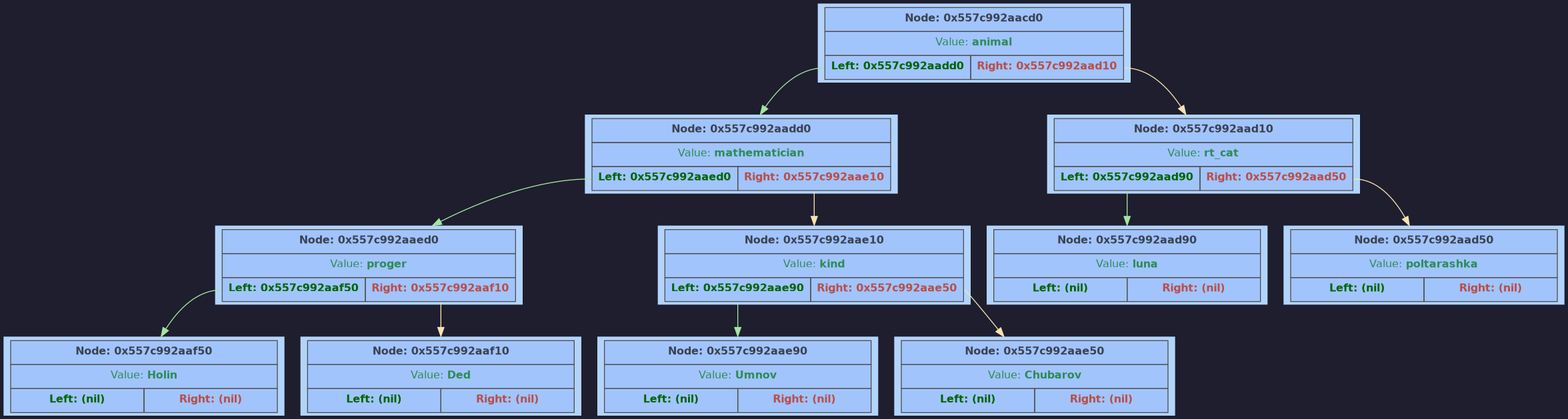
The Graphviz diagram GraphDump/dump.png in F1merhub/Akinator, before a commit. Its source is kept beside it as GraphDump/dump.dot. Source of this version:
```dot
digraph G {
	rankdir = TB;
	bgcolor="#1e1e2e";
	node [shape=rectangle, style=filled, fontname=Helvetica, fontsize=12, fillcolor="#89b4fa", color="#cba6f7", fontcolor="#1e1e2e"];
	node0x557c992aacd0 [shape=plaintext; style=filled; color="#fcf0d2"; fillcolor="#b2d4fc"; label = <
		         <table BORDER="0" CELLBORDER="1" CELLSPACING="0" CELLPADDING="6" BGCOLOR="#a1c4fd" COLOR="#4f4f4f">
			           <tr><td align='center' colspan='2'><FONT COLOR='#3b4252'><b>Node: 0x557c992aacd0</b></FONT></td></tr>
			           <tr><td align='center' colspan='2'><FONT COLOR='#2e8b57'>Value: <b>animal</b></FONT></td></tr>
			           <tr>
			               <td WIDTH='150' PORT='left'  align='center'><FONT COLOR='#006400'><b>Left: 0x557c992aadd0</b></FONT></td>
			               <td WIDTH='150' PORT='right' align='center'><FONT COLOR='#b94e48'><b>Right: 0x557c992aad10</b></FONT></td>
			           </tr>
		         </table> >];
	node0x557c992aadd0 [shape=plaintext; style=filled; color="#fcf0d2"; fillcolor="#b2d4fc"; label = <
		         <table BORDER="0" CELLBORDER="1" CELLSPACING="0" CELLPADDING="6" BGCOLOR="#a1c4fd" COLOR="#4f4f4f">
			           <tr><td align='center' colspan='2'><FONT COLOR='#3b4252'><b>Node: 0x557c992aadd0</b></FONT></td></tr>
			           <tr><td align='center' colspan='2'><FONT COLOR='#2e8b57'>Value: <b>mathematician</b></FONT></td></tr>
			           <tr>
			               <td WIDTH='150' PORT='left'  align='center'><FONT COLOR='#006400'><b>Left: 0x557c992aaed0</b></FONT></td>
			               <td WIDTH='150' PORT='right' align='center'><FONT COLOR='#b94e48'><b>Right: 0x557c992aae10</b></FONT></td>
			           </tr>
		         </table> >];
	node0x557c992aaed0 [shape=plaintext; style=filled; color="#fcf0d2"; fillcolor="#b2d4fc"; label = <
		         <table BORDER="0" CELLBORDER="1" CELLSPACING="0" CELLPADDING="6" BGCOLOR="#a1c4fd" COLOR="#4f4f4f">
			           <tr><td align='center' colspan='2'><FONT COLOR='#3b4252'><b>Node: 0x557c992aaed0</b></FONT></td></tr>
			           <tr><td align='center' colspan='2'><FONT COLOR='#2e8b57'>Value: <b>proger</b></FONT></td></tr>
			           <tr>
			               <td WIDTH='150' PORT='left'  align='center'><FONT COLOR='#006400'><b>Left: 0x557c992aaf50</b></FONT></td>
			               <td WIDTH='150' PORT='right' align='center'><FONT COLOR='#b94e48'><b>Right: 0x557c992aaf10</b></FONT></td>
			           </tr>
		         </table> >];
	node0x557c992aaf50 [shape=plaintext; style=filled; color="#fcf0d2"; fillcolor="#b2d4fc"; label = <
		         <table BORDER="0" CELLBORDER="1" CELLSPACING="0" CELLPADDING="6" BGCOLOR="#a1c4fd" COLOR="#4f4f4f">
			           <tr><td align='center' colspan='2'><FONT COLOR='#3b4252'><b>Node: 0x557c992aaf50</b></FONT></td></tr>
			           <tr><td align='center' colspan='2'><FONT COLOR='#2e8b57'>Value: <b>Holin</b></FONT></td></tr>
			           <tr>
			               <td WIDTH='150' PORT='left'  align='center'><FONT COLOR='#006400'><b>Left: (nil)</b></FONT></td>
			               <td WIDTH='150' PORT='right' align='center'><FONT COLOR='#b94e48'><b>Right: (nil)</b></FONT></td>
			           </tr>
		         </table> >];
	node0x557c992aaed0:left -> node0x557c992aaf50 [color="#a6e3a1"]
	node0x557c992aaf10 [shape=plaintext; style=filled; color="#fcf0d2"; fillcolor="#b2d4fc"; label = <
		         <table BORDER="0" CELLBORDER="1" CELLSPACING="0" CELLPADDING="6" BGCOLOR="#a1c4fd" COLOR="#4f4f4f">
			           <tr><td align='center' colspan='2'><FONT COLOR='#3b4252'><b>Node: 0x557c992aaf10</b></FONT></td></tr>
			           <tr><td align='center' colspan='2'><FONT COLOR='#2e8b57'>Value: <b>Ded</b></FONT></td></tr>
			           <tr>
			               <td WIDTH='150' PORT='left'  align='center'><FONT COLOR='#006400'><b>Left: (nil)</b></FONT></td>
			               <td WIDTH='150' PORT='right' align='center'><FONT COLOR='#b94e48'><b>Right: (nil)</b></FONT></td>
			           </tr>
		         </table> >];
	node0x557c992aaed0:right -> node0x557c992aaf10 [color="#f9e2af"]
	node0x557c992aadd0:left -> node0x557c992aaed0 [color="#a6e3a1"]
	node0x557c992aae10 [shape=plaintext; style=filled; color="#fcf0d2"; fillcolor="#b2d4fc"; label = <
		         <table BORDER="0" CELLBORDER="1" CELLSPACING="0" CELLPADDING="6" BGCOLOR="#a1c4fd" COLOR="#4f4f4f">
			           <tr><td align='center' colspan='2'><FONT COLOR='#3b4252'><b>Node: 0x557c992aae10</b></FONT></td></tr>
			           <tr><td align='center' colspan='2'><FONT COLOR='#2e8b57'>Value: <b>kind</b></FONT></td></tr>
			           <tr>
			               <td WIDTH='150' PORT='left'  align='center'><FONT COLOR='#006400'><b>Left: 0x557c992aae90</b></FONT></td>
			               <td WIDTH='150' PORT='right' align='center'><FONT COLOR='#b94e48'><b>Right: 0x557c992aae50</b></FONT></td>
			           </tr>
		         </table> >];
	node0x557c992aae90 [shape=plaintext; style=filled; color="#fcf0d2"; fillcolor="#b2d4fc"; label = <
		         <table BORDER="0" CELLBORDER="1" CELLSPACING="0" CELLPADDING="6" BGCOLOR="#a1c4fd" COLOR="#4f4f4f">
			           <tr><td align='center' colspan='2'><FONT COLOR='#3b4252'><b>Node: 0x557c992aae90</b></FONT></td></tr>
			           <tr><td align='center' colspan='2'><FONT COLOR='#2e8b57'>Value: <b>Umnov</b></FONT></td></tr>
			           <tr>
			               <td WIDTH='150' PORT='left'  align='center'><FONT COLOR='#006400'><b>Left: (nil)</b></FONT></td>
			               <td WIDTH='150' PORT='right' align='center'><FONT COLOR='#b94e48'><b>Right: (nil)</b></FONT></td>
			           </tr>
		         </table> >];
	node0x557c992aae10:left -> node0x557c992aae90 [color="#a6e3a1"]
	node0x557c992aae50 [shape=plaintext; style=filled; color="#fcf0d2"; fillcolor="#b2d4fc"; label = <
		         <table BORDER="0" CELLBORDER="1" CELLSPACING="0" CELLPADDING="6" BGCOLOR="#a1c4fd" COLOR="#4f4f4f">
			           <tr><td align='center' colspan='2'><FONT COLOR='#3b4252'><b>Node: 0x557c992aae50</b></FONT></td></tr>
			           <tr><td align='center' colspan='2'><FONT COLOR='#2e8b57'>Value: <b>Chubarov</b></FONT></td></tr>
			           <tr>
			               <td WIDTH='150' PORT='left'  align='center'><FONT COLOR='#006400'><b>Left: (nil)</b></FONT></td>
			               <td WIDTH='150' PORT='right' align='center'><FONT COLOR='#b94e48'><b>Right: (nil)</b></FONT></td>
			           </tr>
		         </table> >];
	node0x557c992aae10:right -> node0x557c992aae50 [color="#f9e2af"]
	node0x557c992aadd0:right -> node0x557c992aae10 [color="#f9e2af"]
	node0x557c992aacd0:left -> node0x557c992aadd0 [color="#a6e3a1"]
	node0x557c992aad10 [shape=plaintext; style=filled; color="#fcf0d2"; fillcolor="#b2d4fc"; label = <
		         <table BORDER="0" CELLBORDER="1" CELLSPACING="0" CELLPADDING="6" BGCOLOR="#a1c4fd" COLOR="#4f4f4f">
			           <tr><td align='center' colspan='2'><FONT COLOR='#3b4252'><b>Node: 0x557c992aad10</b></FONT></td></tr>
			           <tr><td align='center' colspan='2'><FONT COLOR='#2e8b57'>Value: <b>rt_cat</b></FONT></td></tr>
			           <tr>
			               <td WIDTH='150' PORT='left'  align='center'><FONT COLOR='#006400'><b>Left: 0x557c992aad90</b></FONT></td>
			               <td WIDTH='150' PORT='right' align='center'><FONT COLOR='#b94e48'><b>Right: 0x557c992aad50</b></FONT></td>
			           </tr>
		         </table> >];
	node0x557c992aad90 [shape=plaintext; style=filled; color="#fcf0d2"; fillcolor="#b2d4fc"; label = <
		         <table BORDER="0" CELLBORDER="1" CELLSPACING="0" CELLPADDING="6" BGCOLOR="#a1c4fd" COLOR="#4f4f4f">
			           <tr><td align='center' colspan='2'><FONT COLOR='#3b4252'><b>Node: 0x557c992aad90</b></FONT></td></tr>
			           <tr><td align='center' colspan='2'><FONT COLOR='#2e8b57'>Value: <b>luna</b></FONT></td></tr>
			           <tr>
			               <td WIDTH='150' PORT='left'  align='center'><FONT COLOR='#006400'><b>Left: (nil)</b></FONT></td>
			               <td WIDTH='150' PORT='right' align='center'><FONT COLOR='#b94e48'><b>Right: (nil)</b></FONT></td>
			           </tr>
		         </table> >];
	node0x557c992aad10:left -> node0x557c992aad90 [color="#a6e3a1"]
	node0x557c992aad50 [shape=plaintext; style=filled; color="#fcf0d2"; fillcolor="#b2d4fc"; label = <
		         <table BORDER="0" CELLBORDER="1" CELLSPACING="0" CELLPADDING="6" BGCOLOR="#a1c4fd" COLOR="#4f4f4f">
			           <tr><td align='center' colspan='2'><FONT COLOR='#3b4252'><b>Node: 0x557c992aad50</b></FONT></td></tr>
			           <tr><td align='center' colspan='2'><FONT COLOR='#2e8b57'>Value: <b>poltarashka</b></FONT></td></tr>
			           <tr>
			               <td WIDTH='150' PORT='left'  align='center'><FONT COLOR='#006400'><b>Left: (nil)</b></FONT></td>
			               <td WIDTH='150' PORT='right' align='center'><FONT COLOR='#b94e48'><b>Right: (nil)</b></FONT></td>
			           </tr>
		         </table> >];
	node0x557c992aad10:right -> node0x557c992aad50 [color="#f9e2af"]
	node0x557c992aacd0:right -> node0x557c992aad10 [color="#f9e2af"]
}
```
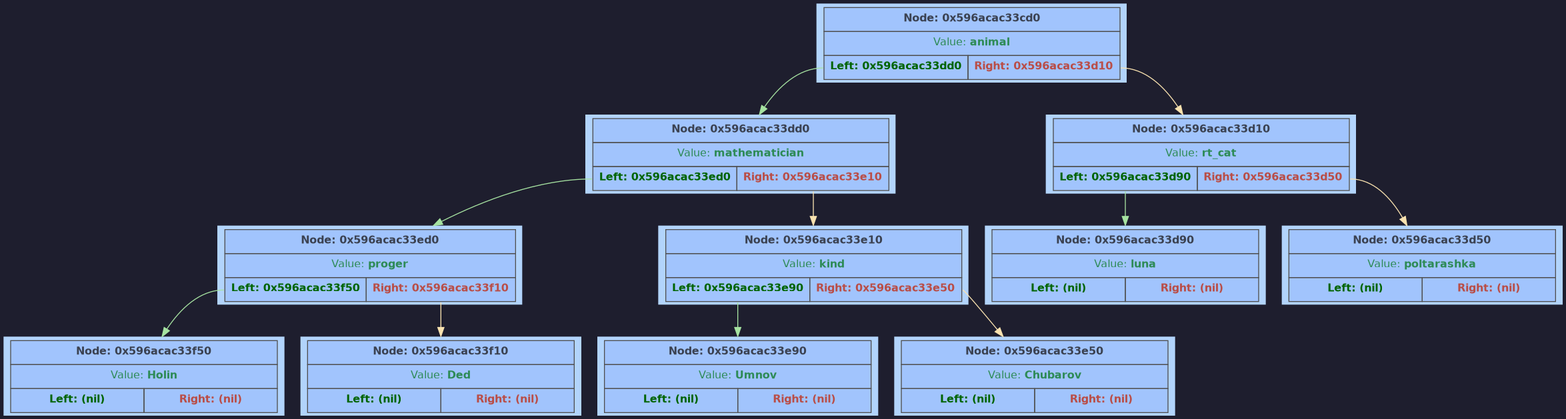
After the commit.

Change to the diagram source:
```diff
@@ -2,113 +2,113 @@
 	rankdir = TB;
 	bgcolor="#1e1e2e";
 	node [shape=rectangle, style=filled, fontname=Helvetica, fontsize=12, fillcolor="#89b4fa", color="#cba6f7", fontcolor="#1e1e2e"];
-	node0x557c992aacd0 [shape=plaintext; style=filled; color="#fcf0d2"; fillcolor="#b2d4fc"; label = <
+	node0x596acac33cd0 [shape=plaintext; style=filled; color="#fcf0d2"; fillcolor="#b2d4fc"; label = <
 		         <table BORDER="0" CELLBORDER="1" CELLSPACING="0" CELLPADDING="6" BGCOLOR="#a1c4fd" COLOR="#4f4f4f">
-			           <tr><td align='center' colspan='2'><FONT COLOR='#3b4252'><b>Node: 0x557c992aacd0</b></FONT></td></tr>
+			           <tr><td align='center' colspan='2'><FONT COLOR='#3b4252'><b>Node: 0x596acac33cd0</b></FONT></td></tr>
 			           <tr><td align='center' colspan='2'><FONT COLOR='#2e8b57'>Value: <b>animal</b></FONT></td></tr>
 			           <tr>
-			               <td WIDTH='150' PORT='left'  align='center'><FONT COLOR='#006400'><b>Left: 0x557c992aadd0</b></FONT></td>
-			               <td WIDTH='150' PORT='right' align='center'><FONT COLOR='#b94e48'><b>Right: 0x557c992aad10</b></FONT></td>
+			               <td WIDTH='150' PORT='left'  align='center'><FONT COLOR='#006400'><b>Left: 0x596acac33dd0</b></FONT></td>
+			               <td WIDTH='150' PORT='right' align='center'><FONT COLOR='#b94e48'><b>Right: 0x596acac33d10</b></FONT></td>
 			           </tr>
 		         </table> >];
-	node0x557c992aadd0 [shape=plaintext; style=filled; color="#fcf0d2"; fillcolor="#b2d4fc"; label = <
+	node0x596acac33dd0 [shape=plaintext; style=filled; color="#fcf0d2"; fillcolor="#b2d4fc"; label = <
 		         <table BORDER="0" CELLBORDER="1" CELLSPACING="0" CELLPADDING="6" BGCOLOR="#a1c4fd" COLOR="#4f4f4f">
-			           <tr><td align='center' colspan='2'><FONT COLOR='#3b4252'><b>Node: 0x557c992aadd0</b></FONT></td></tr>
+			           <tr><td align='center' colspan='2'><FONT COLOR='#3b4252'><b>Node: 0x596acac33dd0</b></FONT></td></tr>
 			           <tr><td align='center' colspan='2'><FONT COLOR='#2e8b57'>Value: <b>mathematician</b></FONT></td></tr>
 			           <tr>
-			               <td WIDTH='150' PORT='left'  align='center'><FONT COLOR='#006400'><b>Left: 0x557c992aaed0</b></FONT></td>
-			               <td WIDTH='150' PORT='right' align='center'><FONT COLOR='#b94e48'><b>Right: 0x557c992aae10</b></FONT></td>
+			               <td WIDTH='150' PORT='left'  align='center'><FONT COLOR='#006400'><b>Left: 0x596acac33ed0</b></FONT></td>
+			               <td WIDTH='150' PORT='right' align='center'><FONT COLOR='#b94e48'><b>Right: 0x596acac33e10</b></FONT></td>
 			           </tr>
 		         </table> >];
-	node0x557c992aaed0 [shape=plaintext; style=filled; color="#fcf0d2"; fillcolor="#b2d4fc"; label = <
+	node0x596acac33ed0 [shape=plaintext; style=filled; color="#fcf0d2"; fillcolor="#b2d4fc"; label = <
 		         <table BORDER="0" CELLBORDER="1" CELLSPACING="0" CELLPADDING="6" BGCOLOR="#a1c4fd" COLOR="#4f4f4f">
-			           <tr><td align='center' colspan='2'><FONT COLOR='#3b4252'><b>Node: 0x557c992aaed0</b></FONT></td></tr>
+			           <tr><td align='center' colspan='2'><FONT COLOR='#3b4252'><b>Node: 0x596acac33ed0</b></FONT></td></tr>
 			           <tr><td align='center' colspan='2'><FONT COLOR='#2e8b57'>Value: <b>proger</b></FONT></td></tr>
 			           <tr>
-			               <td WIDTH='150' PORT='left'  align='center'><FONT COLOR='#006400'><b>Left: 0x557c992aaf50</b></FONT></td>
-			               <td WIDTH='150' PORT='right' align='center'><FONT COLOR='#b94e48'><b>Right: 0x557c992aaf10</b></FONT></td>
+			               <td WIDTH='150' PORT='left'  align='center'><FONT COLOR='#006400'><b>Left: 0x596acac33f50</b></FONT></td>
+			               <td WIDTH='150' PORT='right' align='center'><FONT COLOR='#b94e48'><b>Right: 0x596acac33f10</b></FONT></td>
 			           </tr>
 		         </table> >];
-	node0x557c992aaf50 [shape=plaintext; style=filled; color="#fcf0d2"; fillcolor="#b2d4fc"; label = <
+	node0x596acac33f50 [shape=plaintext; style=filled; color="#fcf0d2"; fillcolor="#b2d4fc"; label = <
 		         <table BORDER="0" CELLBORDER="1" CELLSPACING="0" CELLPADDING="6" BGCOLOR="#a1c4fd" COLOR="#4f4f4f">
-			           <tr><td align='center' colspan='2'><FONT COLOR='#3b4252'><b>Node: 0x557c992aaf50</b></FONT></td></tr>
+			           <tr><td align='center' colspan='2'><FONT COLOR='#3b4252'><b>Node: 0x596acac33f50</b></FONT></td></tr>
 			           <tr><td align='center' colspan='2'><FONT COLOR='#2e8b57'>Value: <b>Holin</b></FONT></td></tr>
 			           <tr>
 			               <td WIDTH='150' PORT='left'  align='center'><FONT COLOR='#006400'><b>Left: (nil)</b></FONT></td>
 			               <td WIDTH='150' PORT='right' align='center'><FONT COLOR='#b94e48'><b>Right: (nil)</b></FONT></td>
 			           </tr>
 		         </table> >];
-	node0x557c992aaed0:left -> node0x557c992aaf50 [color="#a6e3a1"]
-	node0x557c992aaf10 [shape=plaintext; style=filled; color="#fcf0d2"; fillcolor="#b2d4fc"; label = <
+	node0x596acac33ed0:left -> node0x596acac33f50 [color="#a6e3a1"]
+	node0x596acac33f10 [shape=plaintext; style=filled; color="#fcf0d2"; fillcolor="#b2d4fc"; label = <
 		         <table BORDER="0" CELLBORDER="1" CELLSPACING="0" CELLPADDING="6" BGCOLOR="#a1c4fd" COLOR="#4f4f4f">
-			           <tr><td align='center' colspan='2'><FONT COLOR='#3b4252'><b>Node: 0x557c992aaf10</b></FONT></td></tr>
+			           <tr><td align='center' colspan='2'><FONT COLOR='#3b4252'><b>Node: 0x596acac33f10</b></FONT></td></tr>
 			           <tr><td align='center' colspan='2'><FONT COLOR='#2e8b57'>Value: <b>Ded</b></FONT></td></tr>
 			           <tr>
 			               <td WIDTH='150' PORT='left'  align='center'><FONT COLOR='#006400'><b>Left: (nil)</b></FONT></td>
 			               <td WIDTH='150' PORT='right' align='center'><FONT COLOR='#b94e48'><b>Right: (nil)</b></FONT></td>
 			           </tr>
 		         </table> >];
-	node0x557c992aaed0:right -> node0x557c992aaf10 [color="#f9e2af"]
-	node0x557c992aadd0:left -> node0x557c992aaed0 [color="#a6e3a1"]
-	node0x557c992aae10 [shape=plaintext; style=filled; color="#fcf0d2"; fillcolor="#b2d4fc"; label = <
+	node0x596acac33ed0:right -> node0x596acac33f10 [color="#f9e2af"]
+	node0x596acac33dd0:left -> node0x596acac33ed0 [color="#a6e3a1"]
+	node0x596acac33e10 [shape=plaintext; style=filled; color="#fcf0d2"; fillcolor="#b2d4fc"; label = <
 		         <table BORDER="0" CELLBORDER="1" CELLSPACING="0" CELLPADDING="6" BGCOLOR="#a1c4fd" COLOR="#4f4f4f">
-			           <tr><td align='center' colspan='2'><FONT COLOR='#3b4252'><b>Node: 0x557c992aae10</b></FONT></td></tr>
+			           <tr><td align='center' colspan='2'><FONT COLOR='#3b4252'><b>Node: 0x596acac33e10</b></FONT></td></tr>
 			           <tr><td align='center' colspan='2'><FONT COLOR='#2e8b57'>Value: <b>kind</b></FONT></td></tr>
 			           <tr>
-			               <td WIDTH='150' PORT='left'  align='center'><FONT COLOR='#006400'><b>Left: 0x557c992aae90</b></FONT></td>
-			               <td WIDTH='150' PORT='right' align='center'><FONT COLOR='#b94e48'><b>Right: 0x557c992aae50</b></FONT></td>
+			               <td WIDTH='150' PORT='left'  align='center'><FONT COLOR='#006400'><b>Left: 0x596acac33e90</b></FONT></td>
+			               <td WIDTH='150' PORT='right' align='center'><FONT COLOR='#b94e48'><b>Right: 0x596acac33e50</b></FONT></td>
 			           </tr>
 		         </table> >];
-	node0x557c992aae90 [shape=plaintext; style=filled; color="#fcf0d2"; fillcolor="#b2d4fc"; label = <
+	node0x596acac33e90 [shape=plaintext; style=filled; color="#fcf0d2"; fillcolor="#b2d4fc"; label = <
 		         <table BORDER="0" CELLBORDER="1" CELLSPACING="0" CELLPADDING="6" BGCOLOR="#a1c4fd" COLOR="#4f4f4f">
-			           <tr><td align='center' colspan='2'><FONT COLOR='#3b4252'><b>Node: 0x557c992aae90</b></FONT></td></tr>
+			           <tr><td align='center' colspan='2'><FONT COLOR='#3b4252'><b>Node: 0x596acac33e90</b></FONT></td></tr>
 			           <tr><td align='center' colspan='2'><FONT COLOR='#2e8b57'>Value: <b>Umnov</b></FONT></td></tr>
 			           <tr>
 			               <td WIDTH='150' PORT='left'  align='center'><FONT COLOR='#006400'><b>Left: (nil)</b></FONT></td>
 			               <td WIDTH='150' PORT='right' align='center'><FONT COLOR='#b94e48'><b>Right: (nil)</b></FONT></td>
 			           </tr>
 		         </table> >];
-	node0x557c992aae10:left -> node0x557c992aae90 [color="#a6e3a1"]
-	node0x557c992aae50 [shape=plaintext; style=filled; color="#fcf0d2"; fillcolor="#b2d4fc"; label = <
+	node0x596acac33e10:left -> node0x596acac33e90 [color="#a6e3a1"]
+	node0x596acac33e50 [shape=plaintext; style=filled; color="#fcf0d2"; fillcolor="#b2d4fc"; label = <
 		         <table BORDER="0" CELLBORDER="1" CELLSPACING="0" CELLPADDING="6" BGCOLOR="#a1c4fd" COLOR="#4f4f4f">
-			           <tr><td align='center' colspan='2'><FONT COLOR='#3b4252'><b>Node: 0x557c992aae50</b></FONT></td></tr>
+			           <tr><td align='center' colspan='2'><FONT COLOR='#3b4252'><b>Node: 0x596acac33e50</b></FONT></td></tr>
 			           <tr><td align='center' colspan='2'><FONT COLOR='#2e8b57'>Value: <b>Chubarov</b></FONT></td></tr>
 			           <tr>
 			               <td WIDTH='150' PORT='left'  align='center'><FONT COLOR='#006400'><b>Left: (nil)</b></FONT></td>
 			               <td WIDTH='150' PORT='right' align='center'><FONT COLOR='#b94e48'><b>Right: (nil)</b></FONT></td>
 			           </tr>
 		         </table> >];
-	node0x557c992aae10:right -> node0x557c992aae50 [color="#f9e2af"]
-	node0x557c992aadd0:right -> node0x557c992aae10 [color="#f9e2af"]
-	node0x557c992aacd0:left -> node0x557c992aadd0 [color="#a6e3a1"]
-	node0x557c992aad10 [shape=plaintext; style=filled; color="#fcf0d2"; fillcolor="#b2d4fc"; label = <
+	node0x596acac33e10:right -> node0x596acac33e50 [color="#f9e2af"]
+	node0x596acac33dd0:right -> node0x596acac33e10 [color="#f9e2af"]
+	node0x596acac33cd0:left -> node0x596acac33dd0 [color="#a6e3a1"]
+	node0x596acac33d10 [shape=plaintext; style=filled; color="#fcf0d2"; fillcolor="#b2d4fc"; label = <
 		         <table BORDER="0" CELLBORDER="1" CELLSPACING="0" CELLPADDING="6" BGCOLOR="#a1c4fd" COLOR="#4f4f4f">
-			           <tr><td align='center' colspan='2'><FONT COLOR='#3b4252'><b>Node: 0x557c992aad10</b></FONT></td></tr>
+			           <tr><td align='center' colspan='2'><FONT COLOR='#3b4252'><b>Node: 0x596acac33d10</b></FONT></td></tr>
 			           <tr><td align='center' colspan='2'><FONT COLOR='#2e8b57'>Value: <b>rt_cat</b></FONT></td></tr>
 			           <tr>
-			               <td WIDTH='150' PORT='left'  align='center'><FONT COLOR='#006400'><b>Left: 0x557c992aad90</b></FONT></td>
-			               <td WIDTH='150' PORT='right' align='center'><FONT COLOR='#b94e48'><b>Right: 0x557c992aad50</b></FONT></td>
+			               <td WIDTH='150' PORT='left'  align='center'><FONT COLOR='#006400'><b>Left: 0x596acac33d90</b></FONT></td>
+			               <td WIDTH='150' PORT='right' align='center'><FONT COLOR='#b94e48'><b>Right: 0x596acac33d50</b></FONT></td>
 			           </tr>
 		         </table> >];
-	node0x557c992aad90 [shape=plaintext; style=filled; color="#fcf0d2"; fillcolor="#b2d4fc"; label = <
+	node0x596acac33d90 [shape=plaintext; style=filled; color="#fcf0d2"; fillcolor="#b2d4fc"; label = <
 		         <table BORDER="0" CELLBORDER="1" CELLSPACING="0" CELLPADDING="6" BGCOLOR="#a1c4fd" COLOR="#4f4f4f">
-			           <tr><td align='center' colspan='2'><FONT COLOR='#3b4252'><b>Node: 0x557c992aad90</b></FONT></td></tr>
+			           <tr><td align='center' colspan='2'><FONT COLOR='#3b4252'><b>Node: 0x596acac33d90</b></FONT></td></tr>
 			           <tr><td align='center' colspan='2'><FONT COLOR='#2e8b57'>Value: <b>luna</b></FONT></td></tr>
 			           <tr>
 			               <td WIDTH='150' PORT='left'  align='center'><FONT COLOR='#006400'><b>Left: (nil)</b></FONT></td>
 			               <td WIDTH='150' PORT='right' align='center'><FONT COLOR='#b94e48'><b>Right: (nil)</b></FONT></td>
 			           </tr>
 		         </table> >];
-	node0x557c992aad10:left -> node0x557c992aad90 [color="#a6e3a1"]
-	node0x557c992aad50 [shape=plaintext; style=filled; color="#fcf0d2"; fillcolor="#b2d4fc"; label = <
+	node0x596acac33d10:left -> node0x596acac33d90 [color="#a6e3a1"]
+	node0x596acac33d50 [shape=plaintext; style=filled; color="#fcf0d2"; fillcolor="#b2d4fc"; label = <
 		         <table BORDER="0" CELLBORDER="1" CELLSPACING="0" CELLPADDING="6" BGCOLOR="#a1c4fd" COLOR="#4f4f4f">
-			           <tr><td align='center' colspan='2'><FONT COLOR='#3b4252'><b>Node: 0x557c992aad50</b></FONT></td></tr>
+			           <tr><td align='center' colspan='2'><FONT COLOR='#3b4252'><b>Node: 0x596acac33d50</b></FONT></td></tr>
 			           <tr><td align='center' colspan='2'><FONT COLOR='#2e8b57'>Value: <b>poltarashka</b></FONT></td></tr>
 			           <tr>
 			               <td WIDTH='150' PORT='left'  align='center'><FONT COLOR='#006400'><b>Left: (nil)</b></FONT></td>
 			               <td WIDTH='150' PORT='right' align='center'><FONT COLOR='#b94e48'><b>Right: (nil)</b></FONT></td>
 			           </tr>
 		         </table> >];
-	node0x557c992aad10:right -> node0x557c992aad50 [color="#f9e2af"]
-	node0x557c992aacd0:right -> node0x557c992aad10 [color="#f9e2af"]
+	node0x596acac33d10:right -> node0x596acac33d50 [color="#f9e2af"]
+	node0x596acac33cd0:right -> node0x596acac33d10 [color="#f9e2af"]
 }
```
